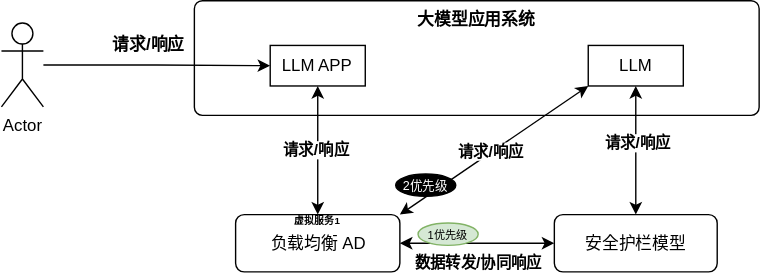
skillre/diagrams_P keeps this draw.io diagram as Model fence load balancing model reverse proxy docking.svg. Above is the earlier version. Source tidied: cells renumbered, new cells last; positions are measured from the earlier drawing's top-left corner, leaving out a move shared by most shapes.
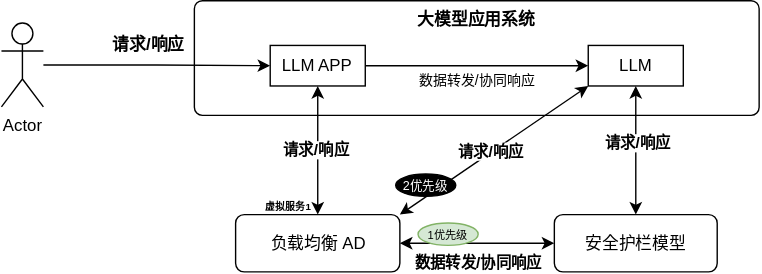
The same diagram one commit later.

What changed in the source:
```diff
@@ -22,6 +22,14 @@
     <mxCell id="7" value="大模型应用系统" style="rounded=1;whiteSpace=wrap;html=1;verticalAlign=top;fontStyle=1;arcSize=7;" parent="1" vertex="1">
       <mxGeometry x="138" width="404" height="82" as="geometry" />
     </mxCell>
+    <mxCell id="21" style="edgeStyle=orthogonalEdgeStyle;rounded=0;jettySize=auto;html=1;entryX=0;entryY=0.5;entryDx=0;entryDy=0;" parent="7" edge="1" source="8" target="9">
+      <mxGeometry relative="1" as="geometry" />
+    </mxCell>
+    <mxCell id="22" value="&lt;font style=&quot;font-size: 10px;&quot;&gt;数据转发/协同响应&lt;/font&gt;" style="edgeLabel;html=1;align=center;verticalAlign=middle;" parent="21" vertex="1">
+      <mxGeometry x="-0.21" y="-1" relative="1" as="geometry">
+        <mxPoint x="16" y="9" as="offset" />
+      </mxGeometry>
+    </mxCell>
     <mxCell id="8" value="LLM APP" style="whiteSpace=wrap;html=1;" parent="7" vertex="1">
       <mxGeometry x="54.2" y="32" width="68" height="29" as="geometry" />
     </mxCell>
@@ -63,7 +71,7 @@
       <mxGeometry x="282" y="124" width="43" height="16" as="geometry" />
     </mxCell>
     <mxCell id="20" value="虚拟服务1" style="text;strokeColor=none;fillColor=none;align=center;verticalAlign=middle;rounded=0;fontSize=7;fontStyle=1;spacing=0;spacingTop=1;" parent="1" vertex="1">
-      <mxGeometry x="207.8" y="151" width="37.2" height="12" as="geometry" />
+      <mxGeometry x="187" y="141" width="37.2" height="12" as="geometry" />
     </mxCell>
   </root>
 </mxGraphModel>
```
